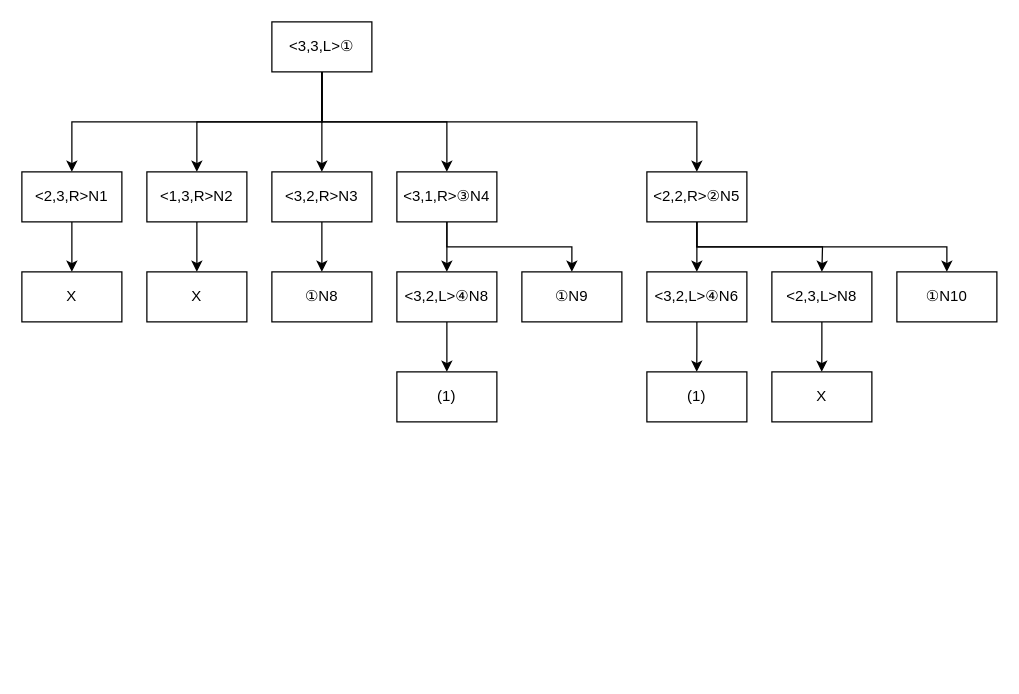
Before: ninchiMCproblemTree.drawio in shgnaka/PokemonZA, a draw.io diagram. Source tidied: cells renumbered, new cells numbered last; positions are measured from the earlier drawing's top-left corner, leaving out a move shared by most shapes. Both pictures are drawn from the tidied source at 125%, with x=0, y=0 at pixel (21, 21).
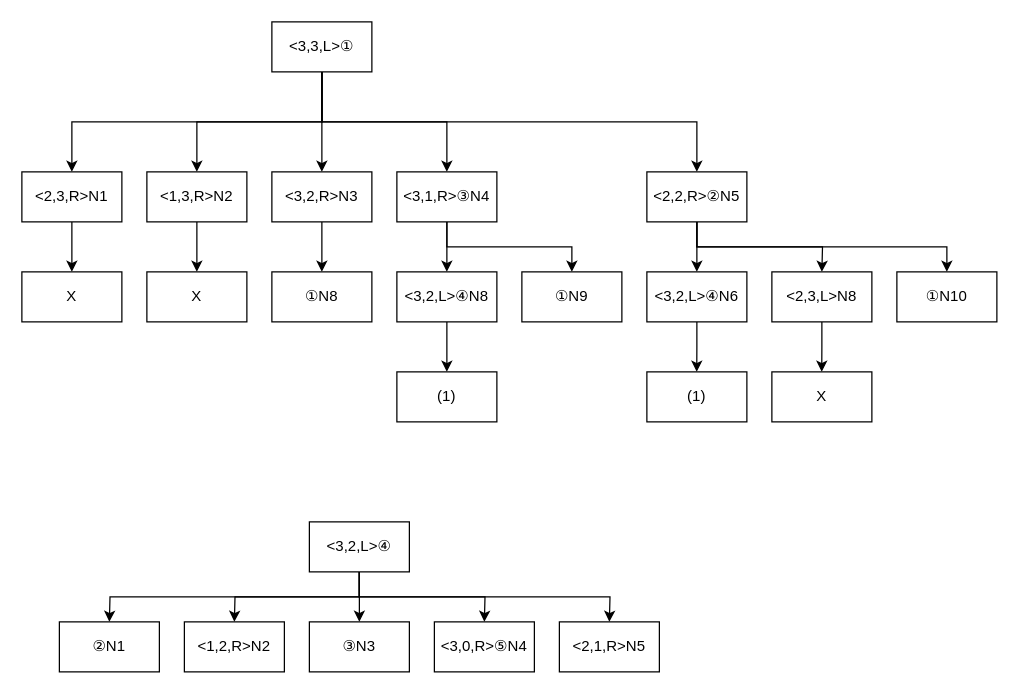
The same diagram, later.

Commit message:
MC問題樹形図第4層完了

Change to the diagram source:
```diff
@@
+    <mxCell id="35" style="edgeStyle=orthogonalEdgeStyle;rounded=0;jettySize=auto;html=1;exitX=0.5;exitY=1;exitDx=0;exitDy=0;" parent="1" edge="1" source="40">
+      <mxGeometry relative="1" as="geometry">
+        <mxPoint x="270" y="480" as="targetPoint" />
+      </mxGeometry>
+    </mxCell>
+    <mxCell id="36" style="edgeStyle=orthogonalEdgeStyle;rounded=0;jettySize=auto;html=1;exitX=0.5;exitY=1;exitDx=0;exitDy=0;" parent="1" edge="1" source="40">
+      <mxGeometry relative="1" as="geometry">
+        <mxPoint x="170" y="480" as="targetPoint" />
+      </mxGeometry>
+    </mxCell>
+    <mxCell id="37" style="edgeStyle=orthogonalEdgeStyle;rounded=0;jettySize=auto;html=1;exitX=0.5;exitY=1;exitDx=0;exitDy=0;" parent="1" edge="1" source="40">
+      <mxGeometry relative="1" as="geometry">
+        <mxPoint x="70" y="480" as="targetPoint" />
+      </mxGeometry>
+    </mxCell>
+    <mxCell id="38" style="edgeStyle=orthogonalEdgeStyle;rounded=0;jettySize=auto;html=1;exitX=0.5;exitY=1;exitDx=0;exitDy=0;" parent="1" edge="1" source="40">
+      <mxGeometry relative="1" as="geometry">
+        <mxPoint x="370" y="480" as="targetPoint" />
+      </mxGeometry>
+    </mxCell>
+    <mxCell id="39" style="edgeStyle=orthogonalEdgeStyle;rounded=0;jettySize=auto;html=1;exitX=0.5;exitY=1;exitDx=0;exitDy=0;" parent="1" edge="1" source="40">
+      <mxGeometry relative="1" as="geometry">
+        <mxPoint x="470" y="480" as="targetPoint" />
+      </mxGeometry>
+    </mxCell>
+    <mxCell id="40" value="&amp;lt;3,2,L&amp;gt;④" style="whiteSpace=wrap;html=1;" parent="1" vertex="1">
+      <mxGeometry x="230" y="400" width="80" height="40" as="geometry" />
+    </mxCell>
+    <mxCell id="41" value="②N1" style="whiteSpace=wrap;html=1;" parent="1" vertex="1">
+      <mxGeometry x="30" y="480" width="80" height="40" as="geometry" />
+    </mxCell>
+    <mxCell id="42" value="&amp;lt;1,2,R&amp;gt;N2" style="whiteSpace=wrap;html=1;" parent="1" vertex="1">
+      <mxGeometry x="130" y="480" width="80" height="40" as="geometry" />
+    </mxCell>
+    <mxCell id="43" value="③N3" style="whiteSpace=wrap;html=1;" parent="1" vertex="1">
+      <mxGeometry x="230" y="480" width="80" height="40" as="geometry" />
+    </mxCell>
+    <mxCell id="44" value="&amp;lt;3,0,R&amp;gt;⑤N4" style="whiteSpace=wrap;html=1;" parent="1" vertex="1">
+      <mxGeometry x="330" y="480" width="80" height="40" as="geometry" />
+    </mxCell>
+    <mxCell id="45" value="&amp;lt;2,1,R&amp;gt;N5" style="whiteSpace=wrap;html=1;" parent="1" vertex="1">
+      <mxGeometry x="430" y="480" width="80" height="40" as="geometry" />
+    </mxCell>
```
